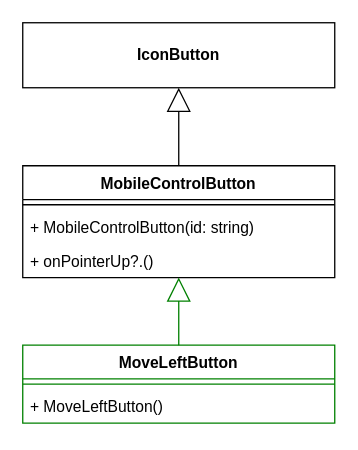
Above: docs/issue/97-diagram.drawio in elma1989/sharkie (draw.io), before the change. Source tidied: cells renumbered, new cells numbered last; positions are measured from the earlier drawing's top-left corner, leaving out a move shared by most shapes. Both pictures are drawn from the tidied source at 130%, with x=0, y=0 at pixel (22, 22).
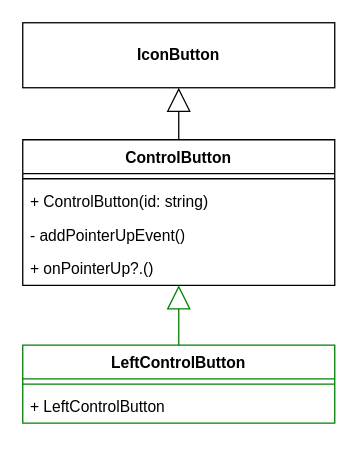
The same diagram, later.

What changed in the source:
```diff
@@
 <mxGraphModel>
   <root>
     <mxCell id="0" />
     <mxCell id="1" parent="0" />
     <mxCell id="2" value="IconButton" style="html=1;whiteSpace=wrap;fontStyle=1;" parent="1" vertex="1">
       <mxGeometry width="240" height="50" as="geometry" />
     </mxCell>
-    <mxCell id="3" value="MobileControlButton" style="swimlane;fontStyle=1;align=center;verticalAlign=top;horizontal=1;startSize=26;whiteSpace=wrap;html=1;" parent="1" vertex="1">
-      <mxGeometry y="110" width="240" height="86" as="geometry" />
-    </mxCell>
-    <mxCell id="4" style="line;strokeWidth=1;fillColor=none;align=left;verticalAlign=middle;spacingTop=-1;spacingLeft=3;spacingRight=3;labelPosition=right;strokeColor=inherit;" parent="3" vertex="1">
-      <mxGeometry y="26" width="240" height="8" as="geometry" />
-    </mxCell>
-    <mxCell id="5" value="+ MobileControlButton(id: string)" style="text;strokeColor=none;fillColor=none;align=left;verticalAlign=top;spacingLeft=4;spacingRight=4;overflow=hidden;whiteSpace=wrap;html=1;" parent="3" vertex="1">
-      <mxGeometry y="34" width="240" height="26" as="geometry" />
-    </mxCell>
-    <mxCell id="6" value="+ onPointerUp?.()" style="text;strokeColor=none;fillColor=none;align=left;verticalAlign=top;spacingLeft=4;spacingRight=4;overflow=hidden;whiteSpace=wrap;html=1;" parent="3" vertex="1">
-      <mxGeometry y="60" width="240" height="26" as="geometry" />
-    </mxCell>
-    <mxCell id="7" style="endArrow=block;endSize=16;endFill=0;html=1;rounded=0;strokeColor=default;" parent="1" edge="1" source="3" target="2">
+    <mxCell id="7" style="endArrow=block;endSize=16;endFill=0;html=1;rounded=0;strokeColor=default;" parent="1" edge="1" source="12" target="2">
       <mxGeometry relative="1" as="geometry" />
     </mxCell>
-    <mxCell id="8" value="MoveLeftButton" style="swimlane;fontStyle=1;align=center;verticalAlign=top;horizontal=1;startSize=26;whiteSpace=wrap;html=1;strokeColor=light-dark(#008000,#80FF80);" parent="1" vertex="1">
+    <mxCell id="8" value="LeftControlButton" style="swimlane;fontStyle=1;align=center;verticalAlign=top;horizontal=1;startSize=26;whiteSpace=wrap;html=1;strokeColor=light-dark(#008000,#80FF80);" parent="1" vertex="1">
       <mxGeometry y="248" width="240" height="60" as="geometry" />
     </mxCell>
     <mxCell id="9" style="line;strokeWidth=1;fillColor=none;align=left;verticalAlign=middle;spacingTop=-1;spacingLeft=3;spacingRight=3;labelPosition=right;strokeColor=inherit;" parent="8" vertex="1">
       <mxGeometry y="26" width="240" height="8" as="geometry" />
     </mxCell>
-    <mxCell id="10" value="+ MoveLeftButton()" style="text;strokeColor=none;fillColor=none;align=left;verticalAlign=top;spacingLeft=4;spacingRight=4;overflow=hidden;whiteSpace=wrap;html=1;" parent="8" vertex="1">
+    <mxCell id="10" value="+ LeftControlButton" style="text;strokeColor=none;fillColor=none;align=left;verticalAlign=top;spacingLeft=4;spacingRight=4;overflow=hidden;whiteSpace=wrap;html=1;" parent="8" vertex="1">
       <mxGeometry y="34" width="240" height="26" as="geometry" />
     </mxCell>
-    <mxCell id="11" style="endArrow=block;endSize=16;endFill=0;html=1;rounded=0;strokeColor=light-dark(#008000,#80FF80);" parent="1" edge="1" source="8" target="3">
+    <mxCell id="11" style="endArrow=block;endSize=16;endFill=0;html=1;rounded=0;strokeColor=light-dark(#008000,#80FF80);" parent="1" edge="1" source="8" target="12">
       <mxGeometry relative="1" as="geometry" />
     </mxCell>
+    <mxCell id="12" value="ControlButton" style="swimlane;fontStyle=1;align=center;verticalAlign=top;horizontal=1;startSize=26;whiteSpace=wrap;html=1;" parent="1" vertex="1">
+      <mxGeometry y="90" width="240" height="112" as="geometry" />
+    </mxCell>
+    <mxCell id="4" style="line;strokeWidth=1;fillColor=none;align=left;verticalAlign=middle;spacingTop=-1;spacingLeft=3;spacingRight=3;labelPosition=right;strokeColor=inherit;" parent="12" vertex="1">
+      <mxGeometry y="26" width="240" height="8" as="geometry" />
+    </mxCell>
+    <mxCell id="13" value="+ ControlButton(id: string)" style="text;strokeColor=none;fillColor=none;align=left;verticalAlign=top;spacingLeft=4;spacingRight=4;overflow=hidden;whiteSpace=wrap;html=1;" parent="12" vertex="1">
+      <mxGeometry y="34" width="240" height="26" as="geometry" />
+    </mxCell>
+    <mxCell id="14" value="- addPointerUpEvent()" style="text;strokeColor=none;fillColor=none;align=left;verticalAlign=top;spacingLeft=4;spacingRight=4;overflow=hidden;whiteSpace=wrap;html=1;" parent="12" vertex="1">
+      <mxGeometry y="60" width="240" height="26" as="geometry" />
+    </mxCell>
+    <mxCell id="6" value="+ onPointerUp?.()" style="text;strokeColor=none;fillColor=none;align=left;verticalAlign=top;spacingLeft=4;spacingRight=4;overflow=hidden;whiteSpace=wrap;html=1;" parent="12" vertex="1">
+      <mxGeometry y="86" width="240" height="26" as="geometry" />
+    </mxCell>
   </root>
 </mxGraphModel>
```
